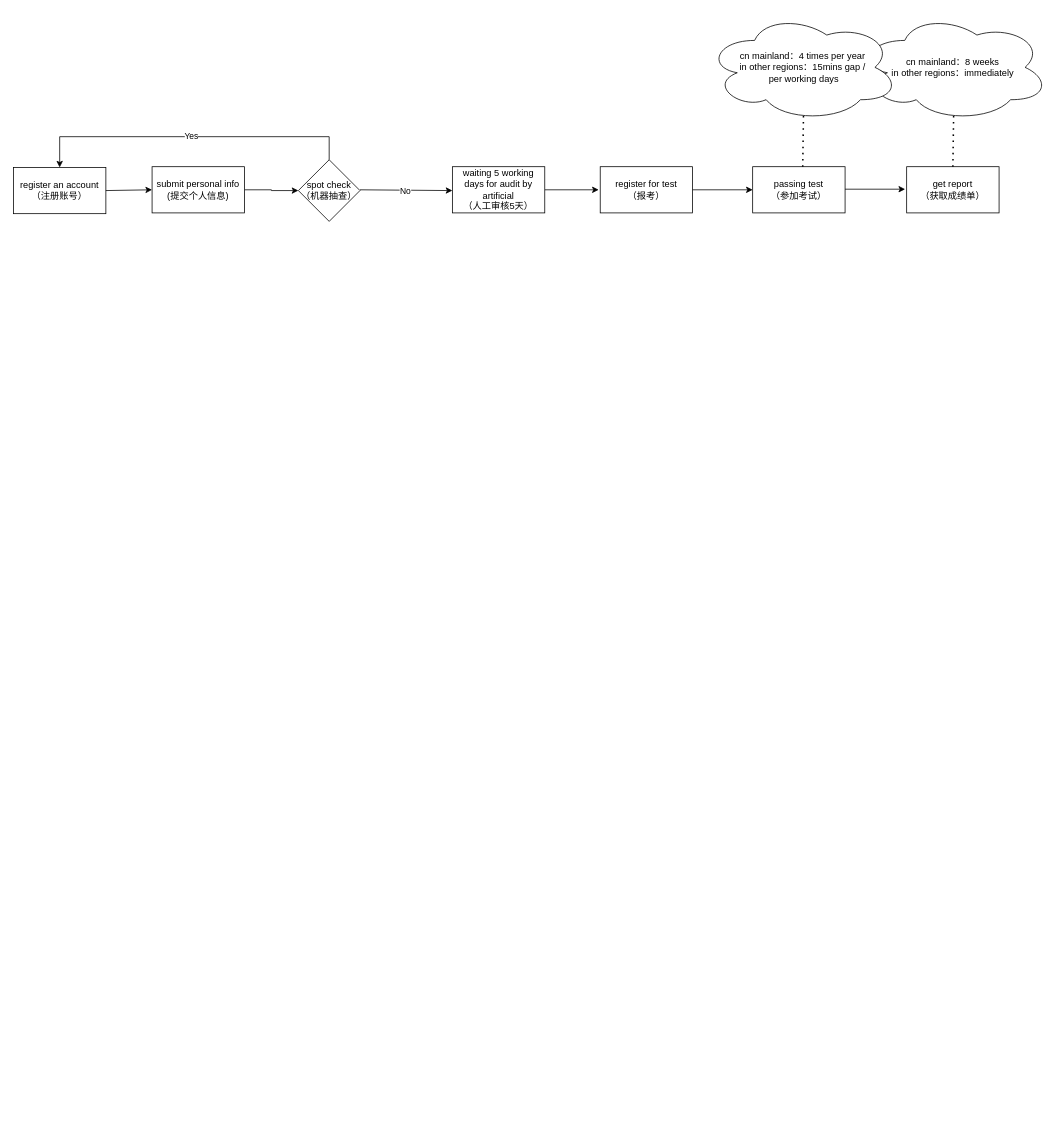
This is page "acp" (3 of 3) of js/strategyrTree.drawio from feiaaa/a-python-proj-crawler, a draw.io file, before an edit. Source tidied: cells renumbered, new cells numbered last; positions are measured from the earlier drawing's top-left corner, leaving out a move shared by most shapes. Both pictures are drawn from the tidied source at 77%, with x=0, y=0 at pixel (13, 13).
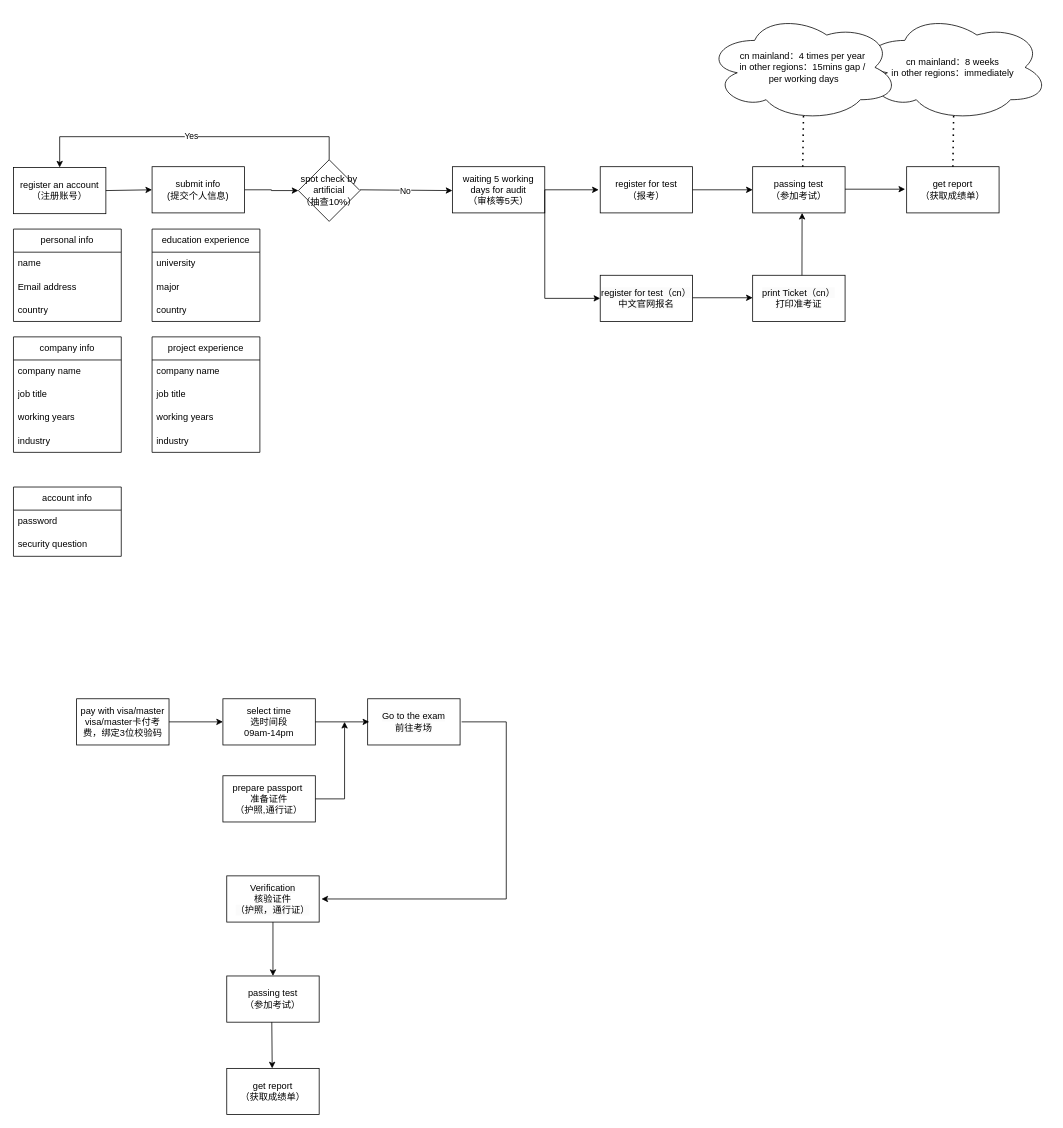
After the change.

Change to the diagram source:
```diff
@@
-    <mxCell id="7" value="submit personal info&lt;br&gt;(提交个人信息)" style="rounded=0;whiteSpace=wrap;html=1;" parent="1" vertex="1">
+    <mxCell id="7" value="submit info&lt;br&gt;(提交个人信息)" style="rounded=0;whiteSpace=wrap;html=1;" parent="1" vertex="1">
       <mxGeometry x="180" y="199" width="120" height="60" as="geometry" />
     </mxCell>
@@
-    <mxCell id="9" value="waiting 5 working days for audit by artificial&lt;br&gt;（人工审核5天）" style="rounded=0;whiteSpace=wrap;html=1;" parent="1" vertex="1">
+    <mxCell id="9" value="waiting 5 working days for audit&lt;br&gt;（审核等5天）" style="rounded=0;whiteSpace=wrap;html=1;" parent="1" vertex="1">
       <mxGeometry x="570" y="199" width="120" height="60" as="geometry" />
     </mxCell>
-    <mxCell id="10" value="spot check&lt;br&gt;（机器抽查）" style="rhombus;whiteSpace=wrap;html=1;" parent="1" vertex="1">
+    <mxCell id="10" value="spot check by artificial&lt;br&gt;（抽查10%）" style="rhombus;whiteSpace=wrap;html=1;" parent="1" vertex="1">
       <mxGeometry x="370" y="190" width="80" height="80" as="geometry" />
     </mxCell>
@@
+    <mxCell id="22" value="&lt;span style=&quot;color: rgb(0, 0, 0); font-family: Helvetica; font-size: 12px; font-style: normal; font-variant-ligatures: normal; font-variant-caps: normal; font-weight: 400; letter-spacing: normal; orphans: 2; text-align: center; text-indent: 0px; text-transform: none; widows: 2; word-spacing: 0px; -webkit-text-stroke-width: 0px; background-color: rgb(251, 251, 251); text-decoration-thickness: initial; text-decoration-style: initial; text-decoration-color: initial; float: none; display: inline !important;&quot;&gt;register for test（cn）中文官网报名&lt;br&gt;&lt;/span&gt;" style="rounded=0;whiteSpace=wrap;html=1;" parent="1" vertex="1">
+      <mxGeometry x="762" y="340" width="120" height="60" as="geometry" />
+    </mxCell>
+    <mxCell id="23" style="endArrow=classic;html=1;rounded=0;exitX=1;exitY=0.5;exitDx=0;exitDy=0;" parent="1" edge="1" source="9">
+      <mxGeometry relative="1" as="geometry">
+        <mxPoint x="762" y="370" as="targetPoint" />
+        <Array as="points">
+          <mxPoint x="690" y="370" />
+        </Array>
+      </mxGeometry>
+    </mxCell>
+    <mxCell id="24" value="personal info" style="swimlane;fontStyle=0;horizontal=1;startSize=30;whiteSpace=wrap;html=1;" parent="1" vertex="1">
+      <mxGeometry y="280" width="140" height="120" as="geometry" />
+    </mxCell>
+    <mxCell id="25" value="name" style="text;strokeColor=none;fillColor=none;align=left;verticalAlign=middle;spacingLeft=4;spacingRight=4;overflow=hidden;whiteSpace=wrap;html=1;" parent="24" vertex="1">
+      <mxGeometry y="30" width="140" height="30" as="geometry" />
+    </mxCell>
+    <mxCell id="26" value="Email address" style="text;strokeColor=none;fillColor=none;align=left;verticalAlign=middle;spacingLeft=4;spacingRight=4;overflow=hidden;whiteSpace=wrap;html=1;" parent="24" vertex="1">
+      <mxGeometry y="60" width="140" height="30" as="geometry" />
+    </mxCell>
+    <mxCell id="27" value="country" style="text;strokeColor=none;fillColor=none;align=left;verticalAlign=middle;spacingLeft=4;spacingRight=4;overflow=hidden;whiteSpace=wrap;html=1;" parent="24" vertex="1">
+      <mxGeometry y="90" width="140" height="30" as="geometry" />
+    </mxCell>
+    <mxCell id="28" value="company info" style="swimlane;fontStyle=0;horizontal=1;startSize=30;whiteSpace=wrap;html=1;" parent="1" vertex="1">
+      <mxGeometry y="420" width="140" height="150" as="geometry" />
+    </mxCell>
+    <mxCell id="29" value="company name" style="text;strokeColor=none;fillColor=none;align=left;verticalAlign=middle;spacingLeft=4;spacingRight=4;overflow=hidden;whiteSpace=wrap;html=1;" parent="28" vertex="1">
+      <mxGeometry y="30" width="140" height="30" as="geometry" />
+    </mxCell>
+    <mxCell id="30" value="job title" style="text;strokeColor=none;fillColor=none;align=left;verticalAlign=middle;spacingLeft=4;spacingRight=4;overflow=hidden;whiteSpace=wrap;html=1;" parent="28" vertex="1">
+      <mxGeometry y="60" width="140" height="30" as="geometry" />
+    </mxCell>
+    <mxCell id="31" value="working years" style="text;strokeColor=none;fillColor=none;align=left;verticalAlign=middle;spacingLeft=4;spacingRight=4;overflow=hidden;whiteSpace=wrap;html=1;" parent="28" vertex="1">
+      <mxGeometry y="90" width="140" height="30" as="geometry" />
+    </mxCell>
+    <mxCell id="32" value="industry" style="text;strokeColor=none;fillColor=none;align=left;verticalAlign=middle;spacingLeft=4;spacingRight=4;overflow=hidden;whiteSpace=wrap;html=1;" parent="28" vertex="1">
+      <mxGeometry y="120" width="140" height="30" as="geometry" />
+    </mxCell>
+    <mxCell id="33" value="account info" style="swimlane;fontStyle=0;horizontal=1;startSize=30;whiteSpace=wrap;html=1;" parent="1" vertex="1">
+      <mxGeometry y="615" width="140" height="90" as="geometry" />
+    </mxCell>
+    <mxCell id="34" value="password" style="text;strokeColor=none;fillColor=none;align=left;verticalAlign=middle;spacingLeft=4;spacingRight=4;overflow=hidden;whiteSpace=wrap;html=1;" parent="33" vertex="1">
+      <mxGeometry y="30" width="140" height="30" as="geometry" />
+    </mxCell>
+    <mxCell id="35" value="security question" style="text;strokeColor=none;fillColor=none;align=left;verticalAlign=middle;spacingLeft=4;spacingRight=4;overflow=hidden;whiteSpace=wrap;html=1;" parent="33" vertex="1">
+      <mxGeometry y="60" width="140" height="30" as="geometry" />
+    </mxCell>
+    <mxCell id="36" value="education experience" style="swimlane;fontStyle=0;horizontal=1;startSize=30;whiteSpace=wrap;html=1;" parent="1" vertex="1">
+      <mxGeometry x="180" y="280" width="140" height="120" as="geometry" />
+    </mxCell>
+    <mxCell id="37" value="university" style="text;strokeColor=none;fillColor=none;align=left;verticalAlign=middle;spacingLeft=4;spacingRight=4;overflow=hidden;whiteSpace=wrap;html=1;" parent="36" vertex="1">
+      <mxGeometry y="30" width="140" height="30" as="geometry" />
+    </mxCell>
+    <mxCell id="38" value="major" style="text;strokeColor=none;fillColor=none;align=left;verticalAlign=middle;spacingLeft=4;spacingRight=4;overflow=hidden;whiteSpace=wrap;html=1;" parent="36" vertex="1">
+      <mxGeometry y="60" width="140" height="30" as="geometry" />
+    </mxCell>
+    <mxCell id="39" value="country" style="text;strokeColor=none;fillColor=none;align=left;verticalAlign=middle;spacingLeft=4;spacingRight=4;overflow=hidden;whiteSpace=wrap;html=1;" parent="36" vertex="1">
+      <mxGeometry y="90" width="140" height="30" as="geometry" />
+    </mxCell>
+    <mxCell id="40" value="project experience" style="swimlane;fontStyle=0;horizontal=1;startSize=30;whiteSpace=wrap;html=1;" parent="1" vertex="1">
+      <mxGeometry x="180" y="420" width="140" height="150" as="geometry" />
+    </mxCell>
+    <mxCell id="41" value="company name" style="text;strokeColor=none;fillColor=none;align=left;verticalAlign=middle;spacingLeft=4;spacingRight=4;overflow=hidden;whiteSpace=wrap;html=1;" parent="40" vertex="1">
+      <mxGeometry y="30" width="140" height="30" as="geometry" />
+    </mxCell>
+    <mxCell id="42" value="job title" style="text;strokeColor=none;fillColor=none;align=left;verticalAlign=middle;spacingLeft=4;spacingRight=4;overflow=hidden;whiteSpace=wrap;html=1;" parent="40" vertex="1">
+      <mxGeometry y="60" width="140" height="30" as="geometry" />
+    </mxCell>
+    <mxCell id="43" value="working years" style="text;strokeColor=none;fillColor=none;align=left;verticalAlign=middle;spacingLeft=4;spacingRight=4;overflow=hidden;whiteSpace=wrap;html=1;" parent="40" vertex="1">
+      <mxGeometry y="90" width="140" height="30" as="geometry" />
+    </mxCell>
+    <mxCell id="44" value="industry" style="text;strokeColor=none;fillColor=none;align=left;verticalAlign=middle;spacingLeft=4;spacingRight=4;overflow=hidden;whiteSpace=wrap;html=1;" parent="40" vertex="1">
+      <mxGeometry y="120" width="140" height="30" as="geometry" />
+    </mxCell>
+    <mxCell id="45" value="&lt;span style=&quot;color: rgb(0, 0, 0); font-family: Helvetica; font-size: 12px; font-style: normal; font-variant-ligatures: normal; font-variant-caps: normal; font-weight: 400; letter-spacing: normal; orphans: 2; text-align: center; text-indent: 0px; text-transform: none; widows: 2; word-spacing: 0px; -webkit-text-stroke-width: 0px; background-color: rgb(251, 251, 251); text-decoration-thickness: initial; text-decoration-style: initial; text-decoration-color: initial; float: none; display: inline !important;&quot;&gt;print Ticket（cn）&lt;br&gt;打印准考证&lt;br&gt;&lt;/span&gt;" style="rounded=0;whiteSpace=wrap;html=1;" parent="1" vertex="1">
+      <mxGeometry x="960" y="340" width="120" height="60" as="geometry" />
+    </mxCell>
+    <mxCell id="46" style="endArrow=classic;html=1;rounded=0;exitX=1;exitY=0.5;exitDx=0;exitDy=0;entryX=0;entryY=0.5;entryDx=0;entryDy=0;" parent="1" edge="1">
+      <mxGeometry relative="1" as="geometry">
+        <mxPoint x="882" y="369.2" as="sourcePoint" />
+        <mxPoint x="960" y="369.2" as="targetPoint" />
+      </mxGeometry>
+    </mxCell>
+    <mxCell id="47" style="endArrow=classic;html=1;rounded=0;" parent="1" edge="1">
+      <mxGeometry relative="1" as="geometry">
+        <mxPoint x="1024" y="340" as="sourcePoint" />
+        <mxPoint x="1024.2" y="259" as="targetPoint" />
+      </mxGeometry>
+    </mxCell>
+    <mxCell id="48" value="pay with visa/master&lt;br&gt;visa/master卡付考费，绑定3位校验码" style="rounded=0;whiteSpace=wrap;html=1;" parent="1" vertex="1">
+      <mxGeometry x="82" y="890" width="120" height="60" as="geometry" />
+    </mxCell>
+    <mxCell id="49" value="select time&lt;br&gt;选时间段&lt;br&gt;09am-14pm" style="rounded=0;whiteSpace=wrap;html=1;" parent="1" vertex="1">
+      <mxGeometry x="272" y="890" width="120" height="60" as="geometry" />
+    </mxCell>
+    <mxCell id="50" style="endArrow=classic;html=1;rounded=0;entryX=0;entryY=0.5;entryDx=0;entryDy=0;" parent="1" edge="1" target="49">
+      <mxGeometry relative="1" as="geometry">
+        <mxPoint x="202" y="920" as="sourcePoint" />
+      </mxGeometry>
+    </mxCell>
+    <mxCell id="51" style="endArrow=classic;html=1;rounded=0;" parent="1" edge="1">
+      <mxGeometry relative="1" as="geometry">
+        <mxPoint x="582" y="920" as="sourcePoint" />
+        <mxPoint x="400" y="1150" as="targetPoint" />
+        <Array as="points">
+          <mxPoint x="640" y="920" />
+          <mxPoint x="640" y="1150" />
+        </Array>
+      </mxGeometry>
+    </mxCell>
+    <mxCell id="52" value="passing test&lt;br&gt;（参加考试）" style="rounded=0;whiteSpace=wrap;html=1;" parent="1" vertex="1">
+      <mxGeometry x="277" y="1250" width="120" height="60" as="geometry" />
+    </mxCell>
+    <mxCell id="53" value="get report&lt;br&gt;（获取成绩单）" style="rounded=0;whiteSpace=wrap;html=1;" parent="1" vertex="1">
+      <mxGeometry x="277" y="1370" width="120" height="60" as="geometry" />
+    </mxCell>
+    <mxCell id="54" style="endArrow=classic;html=1;rounded=0;exitX=1;exitY=0.5;exitDx=0;exitDy=0;" parent="1" edge="1">
+      <mxGeometry relative="1" as="geometry">
+        <mxPoint x="335.5" y="1310" as="sourcePoint" />
+        <mxPoint x="336" y="1370" as="targetPoint" />
+      </mxGeometry>
+    </mxCell>
+    <mxCell id="55" value="prepare passport&amp;nbsp;&lt;br&gt;准备证件&lt;br&gt;（护照,通行证）" style="rounded=0;whiteSpace=wrap;html=1;" parent="1" vertex="1">
+      <mxGeometry x="272" y="990" width="120" height="60" as="geometry" />
+    </mxCell>
+    <mxCell id="56" value="&lt;span style=&quot;orphans: 2; text-align: center; text-indent: 0px; widows: 2; background-color: rgb(251, 251, 251); text-decoration-thickness: initial; text-decoration-style: initial; text-decoration-color: initial; float: none; display: inline !important;&quot;&gt;Go to the exam&lt;br&gt;前往考场&lt;br&gt;&lt;/span&gt;" style="rounded=0;whiteSpace=wrap;html=1;" parent="1" vertex="1">
+      <mxGeometry x="460" y="890" width="120" height="60" as="geometry" />
+    </mxCell>
+    <mxCell id="57" style="endArrow=classic;html=1;rounded=0;entryX=0;entryY=0.5;entryDx=0;entryDy=0;" parent="1" edge="1">
+      <mxGeometry relative="1" as="geometry">
+        <mxPoint x="392" y="920" as="sourcePoint" />
+        <mxPoint x="462" y="920" as="targetPoint" />
+      </mxGeometry>
+    </mxCell>
+    <mxCell id="58" style="endArrow=classic;html=1;rounded=0;exitX=1;exitY=0.5;exitDx=0;exitDy=0;" parent="1" edge="1" source="55">
+      <mxGeometry relative="1" as="geometry">
+        <mxPoint x="430" y="920" as="targetPoint" />
+        <Array as="points">
+          <mxPoint x="430" y="1020" />
+        </Array>
+      </mxGeometry>
+    </mxCell>
+    <mxCell id="59" style="endArrow=classic;html=1;rounded=0;entryX=0.5;entryY=0;entryDx=0;entryDy=0;exitX=0.5;exitY=1;exitDx=0;exitDy=0;" parent="1" edge="1" source="60" target="52">
+      <mxGeometry relative="1" as="geometry" />
+    </mxCell>
+    <mxCell id="60" value="&lt;span style=&quot;orphans: 2; text-align: center; text-indent: 0px; widows: 2; background-color: rgb(251, 251, 251); text-decoration-thickness: initial; text-decoration-style: initial; text-decoration-color: initial; float: none; display: inline !important;&quot;&gt;Verification&lt;br&gt;核验证件&lt;br&gt;（护照，通行证）&lt;br&gt;&lt;/span&gt;" style="rounded=0;whiteSpace=wrap;html=1;" parent="1" vertex="1">
+      <mxGeometry x="277" y="1120" width="120" height="60" as="geometry" />
+    </mxCell>
```
